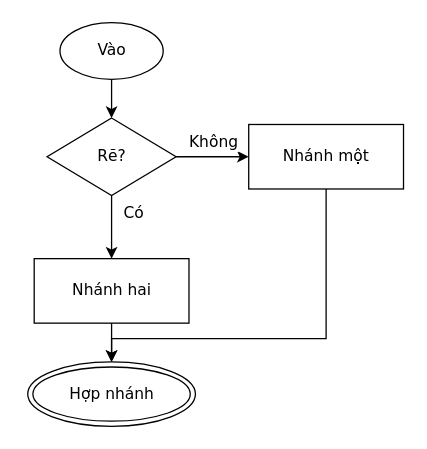
This is conformance/golden/optimize/flowchart-05-merge-node.drawio from luytbq/flowcast, a draw.io file, before an edit. Source tidied: cells renumbered, new cells numbered last; positions are measured from the earlier drawing's top-left corner, leaving out a move shared by most shapes. Both pictures are drawn from the tidied source at 129%, with x=0, y=0 at pixel (27, 22).
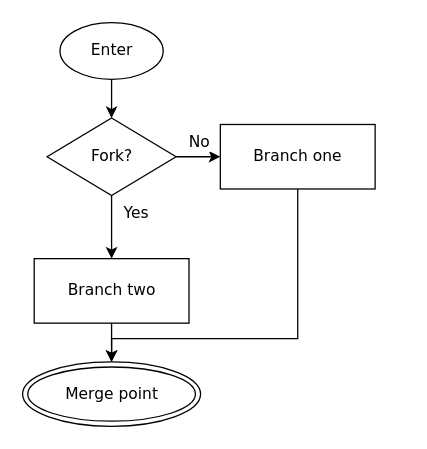
After the change.

The edit, as a diff of the source:
```diff
@@
 <mxGraphModel>
   <root>
     <mxCell id="0" />
     <mxCell id="1" parent="0" />
-    <mxCell id="2" value="Vào" style="ellipse;html=1;fontFamily=Verdana;fontSize=12;flowtable=1;" parent="1" vertex="1">
+    <mxCell id="2" value="Enter" style="ellipse;html=1;fontFamily=Verdana;fontSize=12;flowtable=1;" parent="1" vertex="1">
       <mxGeometry x="25" width="80" height="44" as="geometry" />
     </mxCell>
-    <mxCell id="3" value="Rẽ?" style="rhombus;html=1;fontFamily=Verdana;fontSize=12;flowtable=1;" parent="1" vertex="1">
+    <mxCell id="3" value="Fork?" style="rhombus;html=1;fontFamily=Verdana;fontSize=12;flowtable=1;" parent="1" vertex="1">
       <mxGeometry x="15" y="74" width="100" height="60" as="geometry" />
     </mxCell>
-    <mxCell id="4" value="Nhánh một" style="rounded=0;html=1;fontFamily=Verdana;fontSize=12;flowtable=1;" parent="1" vertex="1">
-      <mxGeometry x="171.3" y="79" width="120" height="50" as="geometry" />
+    <mxCell id="4" value="Branch one" style="rounded=0;html=1;fontFamily=Verdana;fontSize=12;flowtable=1;" parent="1" vertex="1">
+      <mxGeometry x="149.3" y="79" width="120" height="50" as="geometry" />
     </mxCell>
-    <mxCell id="5" value="Nhánh hai" style="rounded=0;html=1;fontFamily=Verdana;fontSize=12;flowtable=1;" parent="1" vertex="1">
+    <mxCell id="5" value="Branch two" style="rounded=0;html=1;fontFamily=Verdana;fontSize=12;flowtable=1;" parent="1" vertex="1">
       <mxGeometry x="5" y="183" width="120" height="50" as="geometry" />
     </mxCell>
-    <mxCell id="6" value="Hợp nhánh" style="shape=doubleEllipse;html=1;fontFamily=Verdana;fontSize=12;flowtable=1;" parent="1" vertex="1">
-      <mxGeometry y="263" width="130" height="50" as="geometry" />
+    <mxCell id="6" value="Merge point" style="shape=doubleEllipse;html=1;fontFamily=Verdana;fontSize=12;flowtable=1;" parent="1" vertex="1">
+      <mxGeometry x="-4" y="263" width="138" height="50" as="geometry" />
     </mxCell>
     <mxCell id="7" style="edgeStyle=orthogonalEdgeStyle;rounded=0;jettySize=auto;html=1;labelBackgroundColor=default;exitX=0.5;exitY=1;exitDx=0;exitDy=0;entryX=0.5;entryY=0;entryDx=0;entryDy=0;fontFamily=Verdana;fontSize=12;flowtable=1;" parent="1" edge="1" source="2" target="3">
       <mxGeometry relative="1" as="geometry" />
     </mxCell>
-    <mxCell id="8" value="Không" style="edgeStyle=orthogonalEdgeStyle;rounded=0;jettySize=auto;html=1;labelBackgroundColor=default;exitX=1;exitY=0.5;exitDx=0;exitDy=0;entryX=0;entryY=0.5;entryDx=0;entryDy=0;fontFamily=Verdana;fontSize=12;flowtable=1;" parent="1" edge="1" source="3" target="4">
-      <mxGeometry x="0.04" relative="1" as="geometry">
+    <mxCell id="8" value="No" style="edgeStyle=orthogonalEdgeStyle;rounded=0;jettySize=auto;html=1;labelBackgroundColor=default;exitX=1;exitY=0.5;exitDx=0;exitDy=0;entryX=0;entryY=0.5;entryDx=0;entryDy=0;fontFamily=Verdana;fontSize=12;flowtable=1;" parent="1" edge="1" source="3" target="4">
+      <mxGeometry x="0.06" relative="1" as="geometry">
         <mxPoint y="-11.5" as="offset" />
       </mxGeometry>
     </mxCell>
-    <mxCell id="9" value="Có" style="edgeStyle=orthogonalEdgeStyle;rounded=0;jettySize=auto;html=1;labelBackgroundColor=default;exitX=0.5;exitY=1;exitDx=0;exitDy=0;entryX=0.5;entryY=0;entryDx=0;entryDy=0;fontFamily=Verdana;fontSize=12;flowtable=1;" parent="1" edge="1" source="3" target="5">
+    <mxCell id="9" value="Yes" style="edgeStyle=orthogonalEdgeStyle;rounded=0;jettySize=auto;html=1;labelBackgroundColor=default;exitX=0.5;exitY=1;exitDx=0;exitDy=0;entryX=0.5;entryY=0;entryDx=0;entryDy=0;fontFamily=Verdana;fontSize=12;flowtable=1;" parent="1" edge="1" source="3" target="5">
       <mxGeometry x="-0.41" relative="1" as="geometry">
-        <mxPoint x="16.8" as="offset" />
+        <mxPoint x="19.4" as="offset" />
       </mxGeometry>
     </mxCell>
     <mxCell id="10" style="edgeStyle=orthogonalEdgeStyle;rounded=0;jettySize=auto;html=1;labelBackgroundColor=default;exitX=0.5;exitY=1;exitDx=0;exitDy=0;entryX=0.5;entryY=0;entryDx=0;entryDy=0;fontFamily=Verdana;fontSize=12;flowtable=1;" parent="1" edge="1" source="4" target="6">
       <mxGeometry relative="1" as="geometry">
         <Array as="points">
-          <mxPoint x="231.3" y="245" />
+          <mxPoint x="209.3" y="245" />
           <mxPoint x="65" y="245" />
         </Array>
       </mxGeometry>
     </mxCell>
     <mxCell id="11" style="edgeStyle=orthogonalEdgeStyle;rounded=0;jettySize=auto;html=1;labelBackgroundColor=default;exitX=0.5;exitY=1;exitDx=0;exitDy=0;entryX=0.5;entryY=0;entryDx=0;entryDy=0;fontFamily=Verdana;fontSize=12;flowtable=1;" parent="1" edge="1" source="5" target="6">
       <mxGeometry relative="1" as="geometry" />
     </mxCell>
   </root>
 </mxGraphModel>
```
